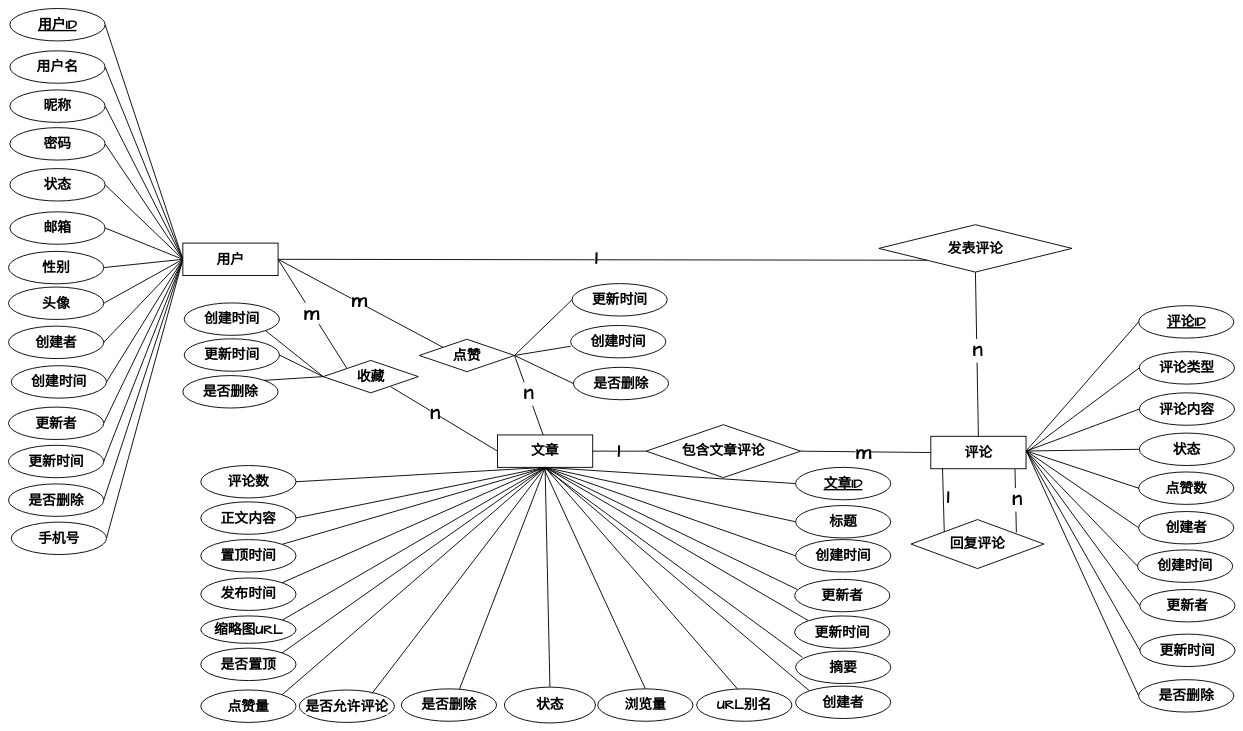
The draw.io diagram graph/社交互动模块ER图.drawio in zhangbird050801/bird-blog, before the edit. Source tidied: cells renumbered, new cells numbered last; positions are measured from the earlier drawing's top-left corner, leaving out a move shared by most shapes. Both pictures are drawn from the tidied source at 46%, with x=0, y=0 at pixel (8, 8).
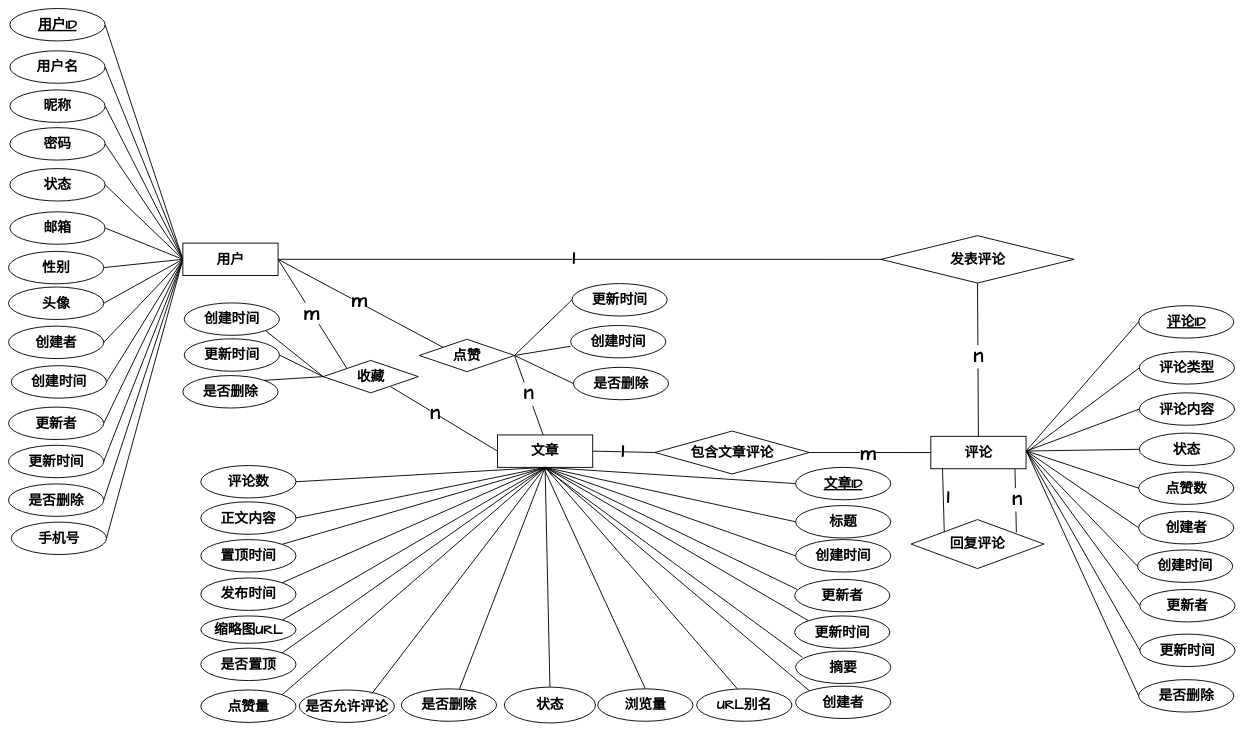
The same page after the edit.

Commit message (it also covers changes not shown here):
更新社交互动模块ER图.drawio

Unchanged cells that the change refers to:
```xml
<mxCell id="18" value="用户" style="rounded=0;whiteSpace=wrap;html=1;fontSize=30;fontFamily=Comic Sans MS;fontStyle=1;strokeColor=default;align=center;verticalAlign=middle;fontColor=default;labelBackgroundColor=default;strokeWidth=2;" parent="1" vertex="1">
  <mxGeometry x="379" y="510" width="207" height="70.5" as="geometry" />
</mxCell>
```

The edit, as a diff of the source:
```diff
@@
     <mxCell id="78" value="包含文章评论" style="rhombus;whiteSpace=wrap;html=1;fontSize=30;fontFamily=Comic Sans MS;fontStyle=1;rounded=0;strokeColor=default;align=center;verticalAlign=middle;fontColor=default;labelBackgroundColor=default;strokeWidth=2;" parent="1" vertex="1">
-      <mxGeometry x="1386" y="904.8" width="336" height="115" as="geometry" />
+      <mxGeometry x="1405" y="918.6" width="336" height="93.2" as="geometry" />
     </mxCell>
@@
     <mxCell id="105" value="发表评论" style="rhombus;whiteSpace=wrap;html=1;fontSize=30;fontFamily=Comic Sans MS;fontStyle=1;rounded=0;strokeColor=default;align=center;verticalAlign=middle;fontColor=default;labelBackgroundColor=default;strokeWidth=2;" parent="1" vertex="1">
-      <mxGeometry x="1892" y="470" width="420" height="103" as="geometry" />
+      <mxGeometry x="1896.5" y="493.8" width="420" height="103" as="geometry" />
     </mxCell>
-    <mxCell id="106" style="rounded=0;jettySize=auto;html=1;exitX=1;exitY=0.5;exitDx=0;exitDy=0;entryX=0;entryY=1;entryDx=0;entryDy=0;endArrow=none;endFill=0;fontSize=30;fontFamily=Comic Sans MS;fontStyle=1;strokeColor=default;align=center;verticalAlign=middle;fontColor=default;labelBackgroundColor=default;strokeWidth=2;" parent="1" edge="1" source="18" target="105">
+    <mxCell id="106" style="rounded=0;jettySize=auto;html=1;exitX=1;exitY=0.5;exitDx=0;exitDy=0;entryX=0;entryY=0.5;entryDx=0;entryDy=0;endArrow=none;endFill=0;fontSize=30;fontFamily=Comic Sans MS;fontStyle=1;strokeColor=default;align=center;verticalAlign=middle;fontColor=default;labelBackgroundColor=default;strokeWidth=2;" parent="1" edge="1" source="18" target="105">
       <mxGeometry relative="1" as="geometry" />
     </mxCell>
```
